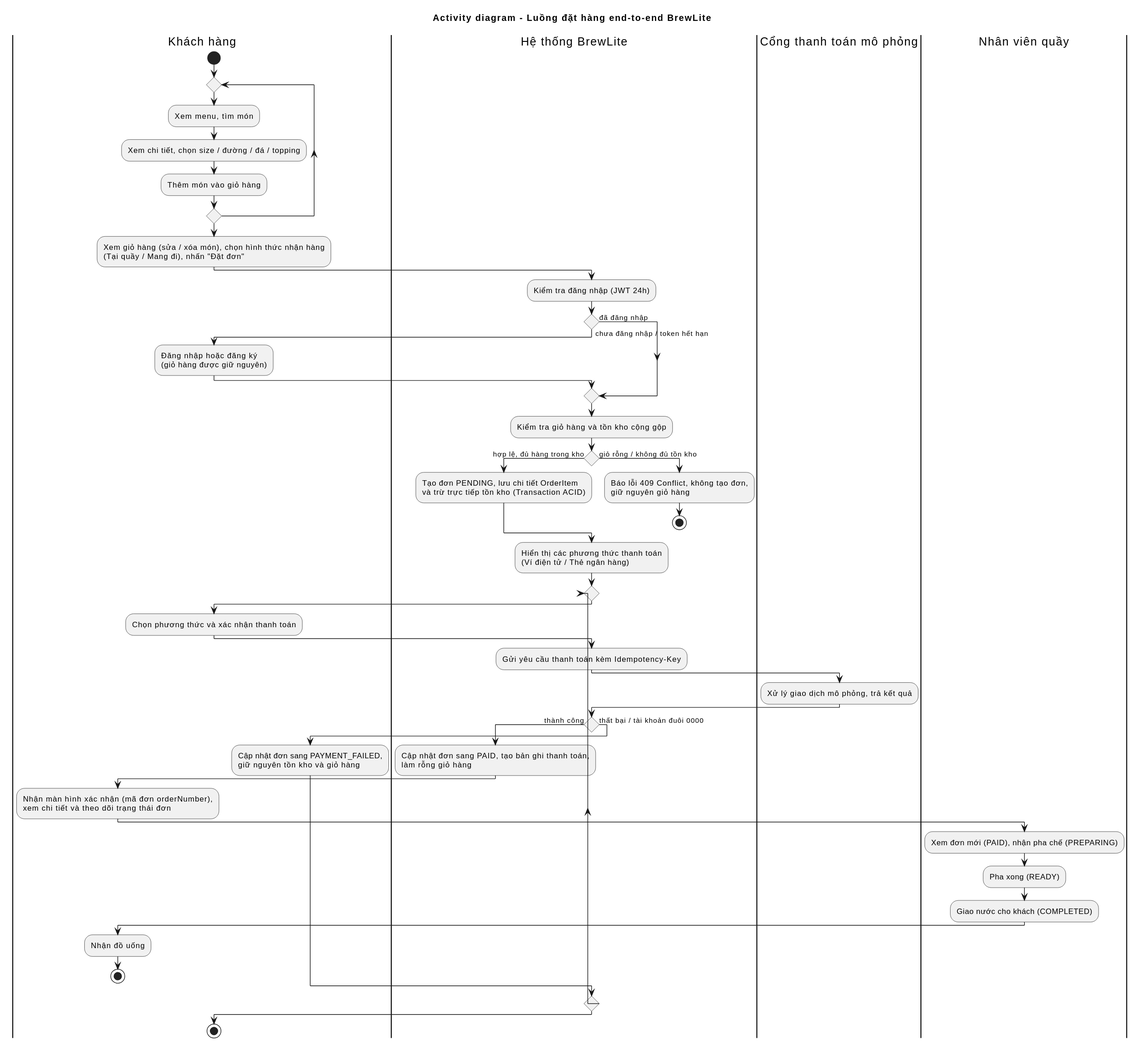
Thori2724/BrewLite-CNPM-nh-m-12 keeps this PlantUML diagram as docs/diagrams/activity-diagram.svg. Above is the earlier version.
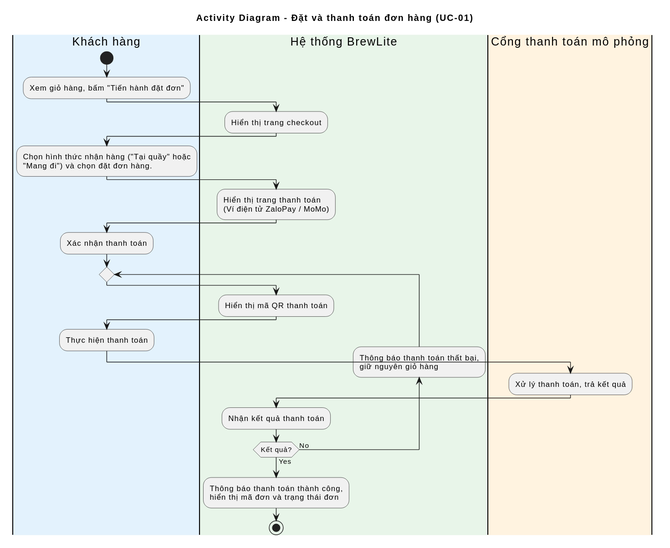
The same file after the commit.

Commit message:
sync activity and usecase from patch branch and update sequence diagram

The edit, as a diff of the source:
```diff
@@ -1,59 +1,38 @@
 @startuml
-title Activity diagram - Luồng đặt hàng end-to-end BrewLite
-skinparam shadowing false
-skinparam conditionStyle diamond
+title Activity Diagram - Đặt và thanh toán đơn hàng (UC-01)
+
+|#E3F2FD|Khách hàng|
+start
+:Xem giỏ hàng, bấm "Tiến hành đặt đơn";
+
+|#E8F5E9|Hệ thống BrewLite|
+:Hiển thị trang checkout;
 
 |Khách hàng|
-start
-repeat
-  :Xem menu, tìm món;
-  :Xem chi tiết, chọn size / đường / đá / topping;
-  :Thêm món vào giỏ hàng;
-repeat while () is (thêm món khác) not (xong)
-:Xem giỏ hàng (sửa / xóa món), chọn hình thức nhận hàng\n(Tại quầy / Mang đi), nhấn "Đặt đơn";
+:Chọn hình thức nhận hàng ("Tại quầy" hoặc\n"Mang đi") và chọn đặt đơn hàng.;
 
 |Hệ thống BrewLite|
-:Kiểm tra đăng nhập (JWT 24h);
-if () then (chưa đăng nhập / token hết hạn)
-  |Khách hàng|
-  :Đăng nhập hoặc đăng ký\n(giỏ hàng được giữ nguyên);
-  |Hệ thống BrewLite|
-else (đã đăng nhập)
-endif
+:Hiển thị trang thanh toán\n(Ví điện tử ZaloPay / MoMo);
 
-:Kiểm tra giỏ hàng và tồn kho cộng gộp;
-if () then (hợp lệ, đủ hàng trong kho)
-  :Tạo đơn PENDING, lưu chi tiết OrderItem\nvà trừ trực tiếp tồn kho (Transaction ACID);
-else (giỏ rỗng / không đủ tồn kho)
-  :Báo lỗi 409 Conflict, không tạo đơn,\ngiữ nguyên giỏ hàng;
-  stop
-endif
-
-:Hiển thị các phương thức thanh toán\n(Ví điện tử / Thẻ ngân hàng);
+|Khách hàng|
+:Xác nhận thanh toán;
 
 repeat
+  |Hệ thống BrewLite|
+  :Hiển thị mã QR thanh toán;
+
   |Khách hàng|
-  :Chọn phương thức và xác nhận thanh toán;
+  :Thực hiện thanh toán;
+
+  |#FFF3E0|Cổng thanh toán mô phỏng|
+  :Xử lý thanh toán, trả kết quả;
+
   |Hệ thống BrewLite|
-  :Gửi yêu cầu thanh toán kèm Idempotency-Key;
-  |Cổng thanh toán mô phỏng|
-  :Xử lý giao dịch mô phỏng, trả kết quả;
-  |Hệ thống BrewLite|
-  if () then (thành công)
-    :Cập nhật đơn sang PAID, tạo bản ghi thanh toán,\nlàm rỗng giỏ hàng;
-    |Khách hàng|
-    :Nhận màn hình xác nhận (mã đơn orderNumber),\nxem chi tiết và theo dõi trạng thái đơn;
-    |Nhân viên quầy|
-    :Xem đơn mới (PAID), nhận pha chế (PREPARING);
-    :Pha xong (READY);
-    :Giao nước cho khách (COMPLETED);
-    |Khách hàng|
-    :Nhận đồ uống;
-    stop
-  else (thất bại / tài khoản đuôi 0000)
-    :Cập nhật đơn sang PAYMENT_FAILED,\ngiữ nguyên tồn kho và giỏ hàng;
-    |Khách hàng|
-  endif
-repeat while () is (khách bấm "Thử lại thanh toán"\nvới Idempotency-Key mới) not (rời đi / đóng trình duyệt)
+  :Nhận kết quả thanh toán;
+
+backward :Thông báo thanh toán thất bại,\ngiữ nguyên giỏ hàng;
+repeat while (Kết quả?) is (No) not (Yes)
+
+:Thông báo thanh toán thành công,\nhiển thị mã đơn và trạng thái đơn;
 stop
 @enduml
```
